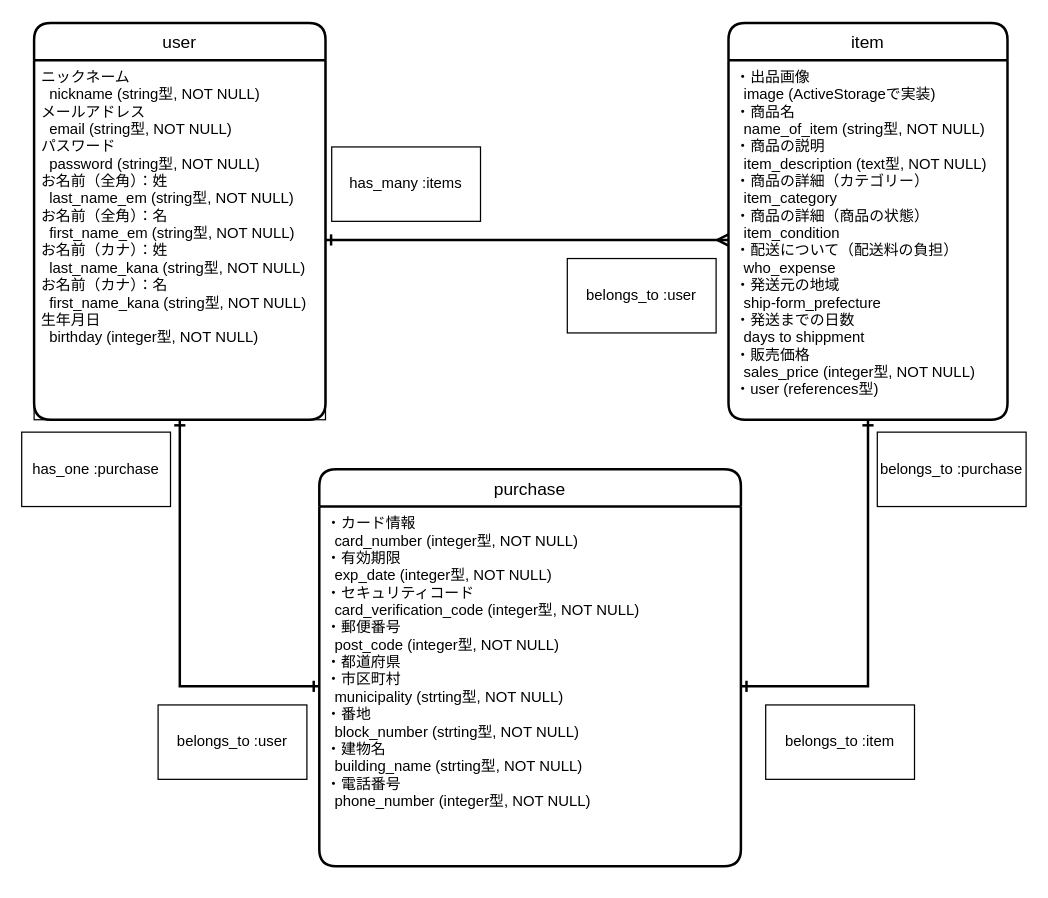
This is ER.dio from w8u8w/furima-33943, a draw.io file, before an edit. Source tidied: cells renumbered, new cells numbered last; positions are measured from the earlier drawing's top-left corner, leaving out a move shared by most shapes. Both pictures are drawn from the tidied source at 124%, with x=0, y=0 at pixel (21, 22).
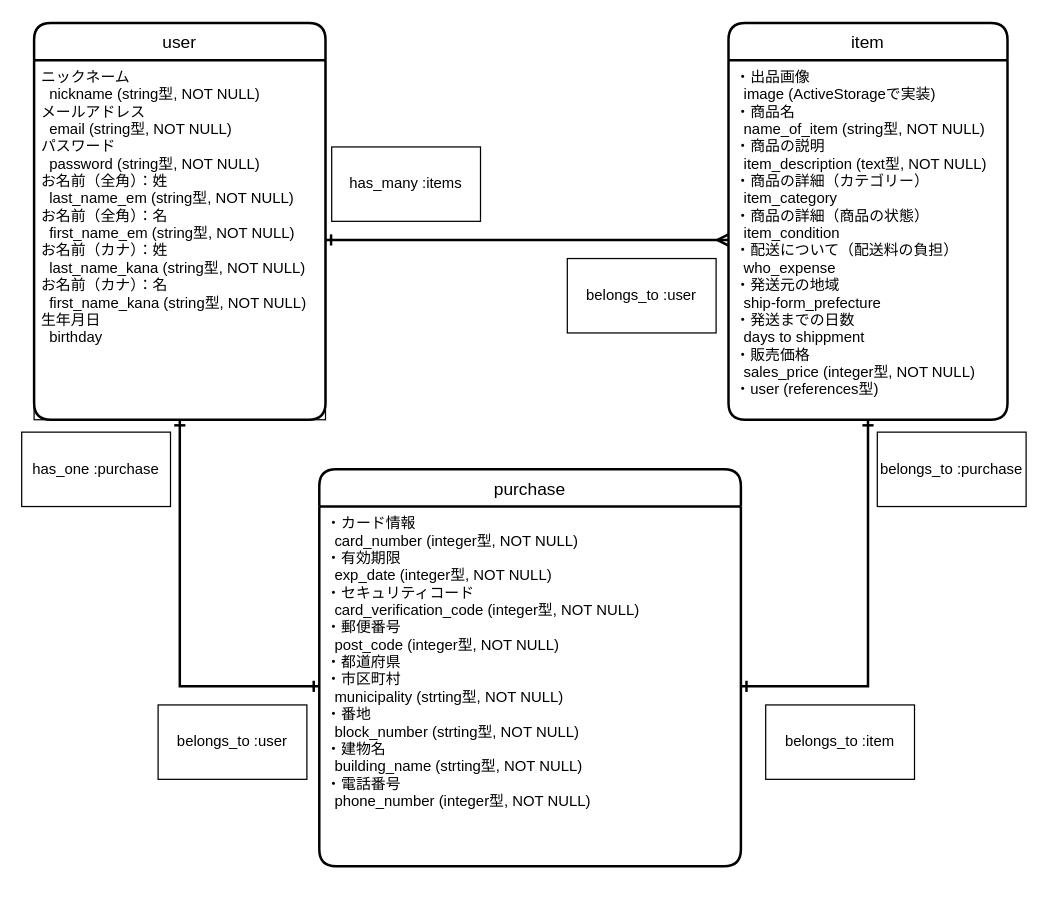
After the change.

What changed in the source:
```diff
@@
 <mxGraphModel>
   <root>
     <mxCell id="0" />
     <mxCell id="1" parent="0" />
     <mxCell id="2" value="user" style="swimlane;horizontal=1;startSize=30;rounded=1;fontSize=14;fontStyle=0;strokeWidth=2;shadow=0;dashed=0;align=center;" parent="1" vertex="1">
       <mxGeometry x="10" width="235" height="320" as="geometry" />
     </mxCell>
-    <mxCell id="3" value="ニックネーム&#10;  nickname (string型, NOT NULL)&#10;メールアドレス&#10;  email (string型, NOT NULL)&#10;パスワード&#10;  password (string型, NOT NULL)&#10;お名前（全角）：姓&#10;  last_name_em (string型, NOT NULL)&#10;お名前（全角）：名&#10;  first_name_em (string型, NOT NULL)&#10;お名前（カナ）：姓&#10;  last_name_kana (string型, NOT NULL)&#10;お名前（カナ）：名&#10;  first_name_kana (string型, NOT NULL)&#10;生年月日&#10;  birthday (integer型, NOT NULL)" style="align=left;fillColor=none;spacingLeft=4;fontSize=12;verticalAlign=top;rounded=0;" parent="2" vertex="1">
+    <mxCell id="3" value="ニックネーム&#10;  nickname (string型, NOT NULL)&#10;メールアドレス&#10;  email (string型, NOT NULL)&#10;パスワード&#10;  password (string型, NOT NULL)&#10;お名前（全角）：姓&#10;  last_name_em (string型, NOT NULL)&#10;お名前（全角）：名&#10;  first_name_em (string型, NOT NULL)&#10;お名前（カナ）：姓&#10;  last_name_kana (string型, NOT NULL)&#10;お名前（カナ）：名&#10;  first_name_kana (string型, NOT NULL)&#10;生年月日&#10;  birthday" style="align=left;fillColor=none;spacingLeft=4;fontSize=12;verticalAlign=top;rounded=0;" parent="2" vertex="1">
       <mxGeometry y="30" width="235" height="290" as="geometry" />
     </mxCell>
     <mxCell id="4" value="item" style="swimlane;horizontal=1;startSize=30;rounded=1;fontSize=14;fontStyle=0;strokeWidth=2;shadow=0;dashed=0;align=center;" parent="1" vertex="1">
       <mxGeometry x="570" width="225" height="320" as="geometry" />
     </mxCell>
     <mxCell id="5" value="・出品画像&#10;  image (ActiveStorageで実装)&#10;・商品名&#10;  name_of_item (string型, NOT NULL)&#10;・商品の説明&#10;  item_description (text型, NOT NULL)&#10;・商品の詳細（カテゴリー）&#10;  item_category&#10;・商品の詳細（商品の状態）&#10;  item_condition&#10;・配送について（配送料の負担）&#10;  who_expense&#10;・発送元の地域&#10;  ship-form_prefecture&#10;・発送までの日数&#10;  days to shippment&#10;・販売価格&#10;  sales_price (integer型, NOT NULL)&#10;・user (references型)" style="align=left;strokeColor=none;fillColor=none;spacingLeft=4;fontSize=12;verticalAlign=top;" parent="4" vertex="1">
       <mxGeometry y="30" width="225" height="290" as="geometry" />
     </mxCell>
     <mxCell id="6" style="rounded=0;jettySize=auto;html=1;exitX=0;exitY=0.5;exitDx=0;exitDy=0;entryX=0.5;entryY=1;entryDx=0;entryDy=0;startArrow=ERone;startFill=0;endArrow=ERone;endFill=0;strokeColor=#000000;strokeWidth=2;edgeStyle=orthogonalEdgeStyle;" parent="1" edge="1" source="9" target="3">
       <mxGeometry relative="1" as="geometry" />
     </mxCell>
     <mxCell id="7" value="purchase" style="swimlane;horizontal=1;startSize=30;rounded=1;fontSize=14;fontStyle=0;strokeWidth=2;shadow=0;dashed=0;align=center;" parent="1" vertex="1">
       <mxGeometry x="240" y="360" width="340" height="320" as="geometry" />
     </mxCell>
     <mxCell id="8" style="edgeStyle=orthogonalEdgeStyle;rounded=0;jettySize=auto;html=1;exitX=0.5;exitY=1;exitDx=0;exitDy=0;entryX=0.5;entryY=1;entryDx=0;entryDy=0;" parent="7" edge="1" source="9" target="7">
       <mxGeometry relative="1" as="geometry" />
     </mxCell>
     <mxCell id="9" value="・カード情報&#10;  card_number (integer型, NOT NULL)&#10;・有効期限&#10;  exp_date (integer型, NOT NULL)&#10;・セキュリティコード&#10;  card_verification_code (integer型, NOT NULL)&#10;・郵便番号&#10;  post_code (integer型, NOT NULL)&#10;・都道府県&#10;・市区町村&#10;  municipality (strting型, NOT NULL)&#10;・番地&#10;  block_number (strting型, NOT NULL)&#10;・建物名&#10;  building_name (strting型, NOT NULL)&#10;・電話番号&#10;  phone_number (integer型, NOT NULL)" style="align=left;strokeColor=none;fillColor=none;spacingLeft=4;fontSize=12;verticalAlign=top;" parent="7" vertex="1">
       <mxGeometry y="30" width="340" height="290" as="geometry" />
     </mxCell>
     <mxCell id="10" style="edgeStyle=orthogonalEdgeStyle;rounded=0;orthogonalLoop=1;jettySize=auto;html=1;exitX=0.5;exitY=1;exitDx=0;exitDy=0;" parent="7" edge="1" source="9" target="9">
       <mxGeometry relative="1" as="geometry" />
     </mxCell>
     <mxCell id="11" style="edgeStyle=orthogonalEdgeStyle;rounded=0;orthogonalLoop=1;jettySize=auto;html=1;exitX=0.5;exitY=1;exitDx=0;exitDy=0;" parent="7" edge="1" source="9" target="9">
       <mxGeometry relative="1" as="geometry" />
     </mxCell>
     <mxCell id="12" style="edgeStyle=orthogonalEdgeStyle;rounded=0;jettySize=auto;html=1;exitX=1;exitY=0.5;exitDx=0;exitDy=0;entryX=0;entryY=0.5;entryDx=0;entryDy=0;endArrow=ERmany;endFill=0;startArrow=ERone;startFill=0;strokeWidth=2;" parent="1" edge="1" source="3" target="5">
       <mxGeometry relative="1" as="geometry" />
     </mxCell>
     <mxCell id="13" style="edgeStyle=orthogonalEdgeStyle;rounded=0;jettySize=auto;html=1;entryX=1;entryY=0.5;entryDx=0;entryDy=0;startArrow=ERone;startFill=0;endArrow=ERone;endFill=0;strokeColor=#000000;strokeWidth=2;exitX=0.5;exitY=1;exitDx=0;exitDy=0;" parent="1" edge="1" source="5" target="9">
       <mxGeometry relative="1" as="geometry" />
     </mxCell>
     <mxCell id="14" value="has_one :purchase" style="rounded=0;whiteSpace=wrap;html=1;shadow=0;" parent="1" vertex="1">
       <mxGeometry y="330" width="120" height="60" as="geometry" />
     </mxCell>
     <mxCell id="15" value="belongs_to :user" style="rounded=0;whiteSpace=wrap;html=1;shadow=0;" parent="1" vertex="1">
       <mxGeometry x="110" y="550" width="120" height="60" as="geometry" />
     </mxCell>
     <mxCell id="16" value="has_many :items" style="rounded=0;whiteSpace=wrap;html=1;shadow=0;" parent="1" vertex="1">
       <mxGeometry x="250" y="100" width="120" height="60" as="geometry" />
     </mxCell>
     <mxCell id="17" value="belongs_to :user" style="rounded=0;whiteSpace=wrap;html=1;shadow=0;" parent="1" vertex="1">
       <mxGeometry x="440" y="190" width="120" height="60" as="geometry" />
     </mxCell>
     <mxCell id="18" value="belongs_to :item" style="rounded=0;whiteSpace=wrap;html=1;shadow=0;" parent="1" vertex="1">
       <mxGeometry x="600" y="550" width="120" height="60" as="geometry" />
     </mxCell>
     <mxCell id="19" value="belongs_to :purchase" style="rounded=0;whiteSpace=wrap;html=1;shadow=0;" parent="1" vertex="1">
       <mxGeometry x="690" y="330" width="120" height="60" as="geometry" />
     </mxCell>
   </root>
 </mxGraphModel>
```
